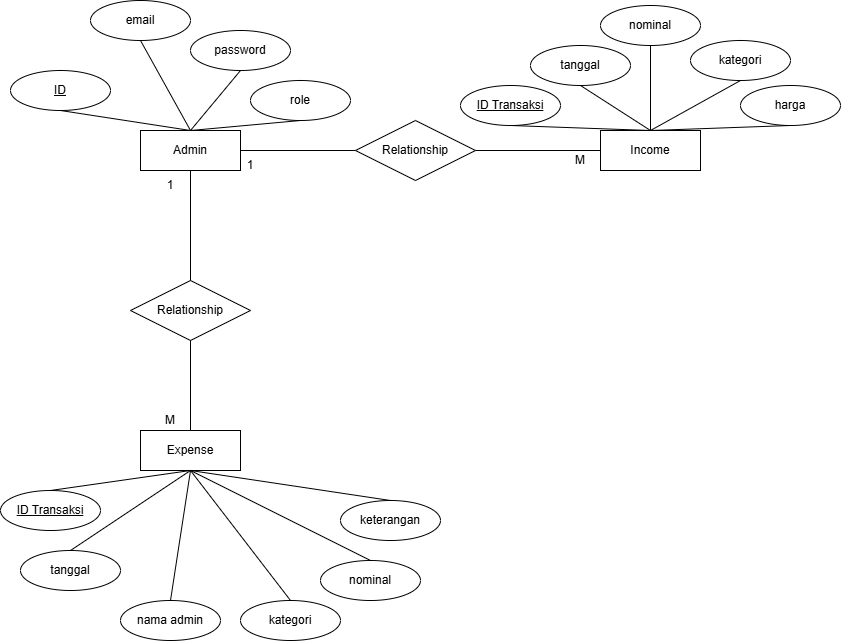
The draw.io diagram ERD TigaPilihan.drawio.png in Joyce-Acia/PWL_Keuangan, before a commit. Source tidied: cells renumbered, new cells last; positions are measured from the earlier drawing's top-left corner, leaving out a move shared by most shapes. Its diagram source:
```xml
<mxGraphModel>
  <root>
    <mxCell id="0" />
    <mxCell id="1" parent="0" />
    <mxCell id="2" value="Admin" style="whiteSpace=wrap;html=1;align=center;" parent="1" vertex="1">
      <mxGeometry x="140" y="130" width="100" height="40" as="geometry" />
    </mxCell>
    <mxCell id="3" value="Income" style="whiteSpace=wrap;html=1;align=center;" parent="1" vertex="1">
      <mxGeometry x="600" y="130" width="100" height="40" as="geometry" />
    </mxCell>
    <mxCell id="4" value="ID" style="ellipse;whiteSpace=wrap;html=1;align=center;fontStyle=4;" parent="1" vertex="1">
      <mxGeometry x="10" y="70" width="100" height="40" as="geometry" />
    </mxCell>
    <mxCell id="5" value="password" style="ellipse;whiteSpace=wrap;html=1;align=center;" parent="1" vertex="1">
      <mxGeometry x="190" y="30" width="100" height="40" as="geometry" />
    </mxCell>
    <mxCell id="6" value="email" style="ellipse;whiteSpace=wrap;html=1;align=center;" parent="1" vertex="1">
      <mxGeometry x="90" width="100" height="40" as="geometry" />
    </mxCell>
    <mxCell id="7" style="endArrow=none;html=1;rounded=0;fontSize=12;startSize=8;endSize=8;curved=1;exitX=0.5;exitY=1;exitDx=0;exitDy=0;entryX=0.5;entryY=0;entryDx=0;entryDy=0;" parent="1" edge="1" source="4" target="2">
      <mxGeometry relative="1" as="geometry" />
    </mxCell>
    <mxCell id="8" style="endArrow=none;html=1;rounded=0;fontSize=12;startSize=8;endSize=8;curved=1;exitX=0.5;exitY=1;exitDx=0;exitDy=0;entryX=0.5;entryY=0;entryDx=0;entryDy=0;" parent="1" edge="1" source="6" target="2">
      <mxGeometry relative="1" as="geometry" />
    </mxCell>
    <mxCell id="9" style="endArrow=none;html=1;rounded=0;fontSize=12;startSize=8;endSize=8;curved=1;exitX=0.5;exitY=1;exitDx=0;exitDy=0;" parent="1" edge="1" source="5">
      <mxGeometry relative="1" as="geometry">
        <mxPoint x="190" y="130" as="targetPoint" />
      </mxGeometry>
    </mxCell>
    <mxCell id="10" value="role" style="ellipse;whiteSpace=wrap;html=1;align=center;" parent="1" vertex="1">
      <mxGeometry x="250" y="80" width="100" height="40" as="geometry" />
    </mxCell>
    <mxCell id="11" style="endArrow=none;html=1;rounded=0;fontSize=12;startSize=8;endSize=8;curved=1;exitX=0.5;exitY=1;exitDx=0;exitDy=0;" parent="1" edge="1" source="10">
      <mxGeometry relative="1" as="geometry">
        <mxPoint x="190" y="130" as="targetPoint" />
      </mxGeometry>
    </mxCell>
    <mxCell id="12" value="ID Transaksi" style="ellipse;whiteSpace=wrap;html=1;align=center;fontStyle=4;" parent="1" vertex="1">
      <mxGeometry x="460" y="85" width="100" height="40" as="geometry" />
    </mxCell>
    <mxCell id="13" value="tanggal" style="ellipse;whiteSpace=wrap;html=1;align=center;" parent="1" vertex="1">
      <mxGeometry x="530" y="45" width="100" height="40" as="geometry" />
    </mxCell>
    <mxCell id="14" value="nominal" style="ellipse;whiteSpace=wrap;html=1;align=center;" parent="1" vertex="1">
      <mxGeometry x="600" y="5" width="100" height="40" as="geometry" />
    </mxCell>
    <mxCell id="15" value="kategori" style="ellipse;whiteSpace=wrap;html=1;align=center;" parent="1" vertex="1">
      <mxGeometry x="690" y="40" width="100" height="40" as="geometry" />
    </mxCell>
    <mxCell id="16" value="harga" style="ellipse;whiteSpace=wrap;html=1;align=center;" parent="1" vertex="1">
      <mxGeometry x="740" y="85" width="100" height="40" as="geometry" />
    </mxCell>
    <mxCell id="17" style="endArrow=none;html=1;rounded=0;fontSize=12;startSize=8;endSize=8;curved=1;exitX=0.5;exitY=1;exitDx=0;exitDy=0;entryX=0.5;entryY=0;entryDx=0;entryDy=0;" parent="1" edge="1" source="12" target="3">
      <mxGeometry relative="1" as="geometry" />
    </mxCell>
    <mxCell id="18" style="endArrow=none;html=1;rounded=0;fontSize=12;startSize=8;endSize=8;curved=1;exitX=0.5;exitY=1;exitDx=0;exitDy=0;entryX=0.5;entryY=0;entryDx=0;entryDy=0;" parent="1" edge="1" source="13" target="3">
      <mxGeometry relative="1" as="geometry" />
    </mxCell>
    <mxCell id="19" style="endArrow=none;html=1;rounded=0;fontSize=12;startSize=8;endSize=8;curved=1;exitX=0.5;exitY=1;exitDx=0;exitDy=0;entryX=0.5;entryY=0;entryDx=0;entryDy=0;" parent="1" edge="1" source="14" target="3">
      <mxGeometry relative="1" as="geometry" />
    </mxCell>
    <mxCell id="20" style="endArrow=none;html=1;rounded=0;fontSize=12;startSize=8;endSize=8;curved=1;exitX=0.5;exitY=1;exitDx=0;exitDy=0;entryX=0.5;entryY=0;entryDx=0;entryDy=0;" parent="1" edge="1" source="15" target="3">
      <mxGeometry relative="1" as="geometry" />
    </mxCell>
    <mxCell id="21" style="endArrow=none;html=1;rounded=0;fontSize=12;startSize=8;endSize=8;curved=1;exitX=0.5;exitY=1;exitDx=0;exitDy=0;entryX=0.5;entryY=0;entryDx=0;entryDy=0;" parent="1" edge="1" source="16" target="3">
      <mxGeometry relative="1" as="geometry" />
    </mxCell>
    <mxCell id="22" value="Expense" style="whiteSpace=wrap;html=1;align=center;" parent="1" vertex="1">
      <mxGeometry x="140" y="430" width="100" height="40" as="geometry" />
    </mxCell>
    <mxCell id="23" value="ID Transaksi" style="ellipse;whiteSpace=wrap;html=1;align=center;fontStyle=4;" parent="1" vertex="1">
      <mxGeometry y="490" width="100" height="40" as="geometry" />
    </mxCell>
    <mxCell id="24" value="tanggal" style="ellipse;whiteSpace=wrap;html=1;align=center;" parent="1" vertex="1">
      <mxGeometry x="20" y="550" width="100" height="40" as="geometry" />
    </mxCell>
    <mxCell id="25" value="nominal" style="ellipse;whiteSpace=wrap;html=1;align=center;" parent="1" vertex="1">
      <mxGeometry x="320" y="560" width="100" height="40" as="geometry" />
    </mxCell>
    <mxCell id="26" value="kategori" style="ellipse;whiteSpace=wrap;html=1;align=center;" parent="1" vertex="1">
      <mxGeometry x="240" y="600" width="100" height="40" as="geometry" />
    </mxCell>
    <mxCell id="27" value="keterangan" style="ellipse;whiteSpace=wrap;html=1;align=center;" parent="1" vertex="1">
      <mxGeometry x="340" y="500" width="100" height="40" as="geometry" />
    </mxCell>
    <mxCell id="28" style="endArrow=none;html=1;rounded=0;fontSize=12;startSize=8;endSize=8;curved=1;exitX=0.5;exitY=0;exitDx=0;exitDy=0;entryX=0.5;entryY=1;entryDx=0;entryDy=0;" parent="1" edge="1" source="23" target="22">
      <mxGeometry relative="1" as="geometry" />
    </mxCell>
    <mxCell id="29" style="endArrow=none;html=1;rounded=0;fontSize=12;startSize=8;endSize=8;curved=1;exitX=0.5;exitY=0;exitDx=0;exitDy=0;entryX=0.5;entryY=1;entryDx=0;entryDy=0;" parent="1" edge="1" source="24" target="22">
      <mxGeometry relative="1" as="geometry" />
    </mxCell>
    <mxCell id="30" style="endArrow=none;html=1;rounded=0;fontSize=12;startSize=8;endSize=8;curved=1;exitX=0.5;exitY=0;exitDx=0;exitDy=0;entryX=0.5;entryY=1;entryDx=0;entryDy=0;" parent="1" edge="1" source="25" target="22">
      <mxGeometry relative="1" as="geometry" />
    </mxCell>
    <mxCell id="31" style="endArrow=none;html=1;rounded=0;fontSize=12;startSize=8;endSize=8;curved=1;exitX=0.5;exitY=0;exitDx=0;exitDy=0;entryX=0.5;entryY=1;entryDx=0;entryDy=0;" parent="1" edge="1" source="26" target="22">
      <mxGeometry relative="1" as="geometry" />
    </mxCell>
    <mxCell id="32" style="endArrow=none;html=1;rounded=0;fontSize=12;startSize=8;endSize=8;curved=1;exitX=0.5;exitY=0;exitDx=0;exitDy=0;entryX=0.5;entryY=1;entryDx=0;entryDy=0;" parent="1" edge="1" source="27" target="22">
      <mxGeometry relative="1" as="geometry" />
    </mxCell>
    <mxCell id="33" value="nama admin" style="ellipse;whiteSpace=wrap;html=1;align=center;" parent="1" vertex="1">
      <mxGeometry x="120" y="600" width="100" height="40" as="geometry" />
    </mxCell>
    <mxCell id="34" style="endArrow=none;html=1;rounded=0;fontSize=12;startSize=8;endSize=8;curved=1;exitX=0.5;exitY=0;exitDx=0;exitDy=0;entryX=0.5;entryY=1;entryDx=0;entryDy=0;" parent="1" edge="1" source="33" target="22">
      <mxGeometry relative="1" as="geometry" />
    </mxCell>
    <mxCell id="35" value="Relationship" style="shape=rhombus;perimeter=rhombusPerimeter;whiteSpace=wrap;html=1;align=center;" parent="1" vertex="1">
      <mxGeometry x="130" y="280" width="120" height="60" as="geometry" />
    </mxCell>
    <mxCell id="36" value="Relationship" style="shape=rhombus;perimeter=rhombusPerimeter;whiteSpace=wrap;html=1;align=center;" parent="1" vertex="1">
      <mxGeometry x="355" y="120" width="120" height="60" as="geometry" />
    </mxCell>
    <mxCell id="37" style="endArrow=none;html=1;rounded=0;exitX=1;exitY=0.5;exitDx=0;exitDy=0;entryX=0;entryY=0.5;entryDx=0;entryDy=0;" parent="1" edge="1" source="2" target="36">
      <mxGeometry relative="1" as="geometry" />
    </mxCell>
    <mxCell id="38" style="endArrow=none;html=1;rounded=0;exitX=1;exitY=0.5;exitDx=0;exitDy=0;entryX=0;entryY=0.5;entryDx=0;entryDy=0;" parent="1" edge="1" source="36" target="3">
      <mxGeometry relative="1" as="geometry" />
    </mxCell>
    <mxCell id="39" style="endArrow=none;html=1;rounded=0;exitX=0.5;exitY=0;exitDx=0;exitDy=0;entryX=0.5;entryY=1;entryDx=0;entryDy=0;" parent="1" edge="1" source="35" target="2">
      <mxGeometry relative="1" as="geometry" />
    </mxCell>
    <mxCell id="40" style="endArrow=none;html=1;rounded=0;exitX=0.5;exitY=1;exitDx=0;exitDy=0;entryX=0.5;entryY=0;entryDx=0;entryDy=0;" parent="1" edge="1" source="35" target="22">
      <mxGeometry relative="1" as="geometry" />
    </mxCell>
    <mxCell id="41" value="1" style="text;html=1;whiteSpace=wrap;strokeColor=none;fillColor=none;align=center;verticalAlign=middle;rounded=0;" parent="1" vertex="1">
      <mxGeometry x="220" y="150" width="60" height="30" as="geometry" />
    </mxCell>
    <mxCell id="42" value="1" style="text;html=1;whiteSpace=wrap;strokeColor=none;fillColor=none;align=center;verticalAlign=middle;rounded=0;" parent="1" vertex="1">
      <mxGeometry x="140" y="170" width="60" height="30" as="geometry" />
    </mxCell>
    <mxCell id="43" value="M" style="text;html=1;whiteSpace=wrap;strokeColor=none;fillColor=none;align=center;verticalAlign=middle;rounded=0;" parent="1" vertex="1">
      <mxGeometry x="150" y="410" width="40" height="20" as="geometry" />
    </mxCell>
    <mxCell id="44" value="M" style="text;html=1;whiteSpace=wrap;strokeColor=none;fillColor=none;align=center;verticalAlign=middle;rounded=0;" parent="1" vertex="1">
      <mxGeometry x="560" y="150" width="40" height="20" as="geometry" />
    </mxCell>
  </root>
</mxGraphModel>
```
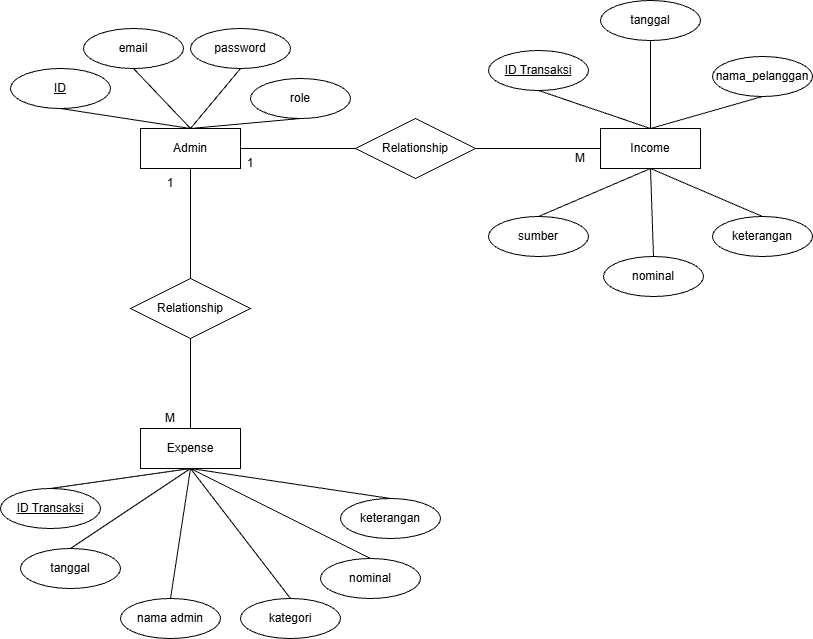
The same diagram one commit later.

Change to the diagram source:
```diff
@@ -15,7 +15,7 @@
       <mxGeometry x="190" y="30" width="100" height="40" as="geometry" />
     </mxCell>
     <mxCell id="6" value="email" style="ellipse;whiteSpace=wrap;html=1;align=center;" parent="1" vertex="1">
-      <mxGeometry x="90" width="100" height="40" as="geometry" />
+      <mxGeometry x="83" y="30" width="100" height="40" as="geometry" />
     </mxCell>
     <mxCell id="7" style="endArrow=none;html=1;rounded=0;fontSize=12;startSize=8;endSize=8;curved=1;exitX=0.5;exitY=1;exitDx=0;exitDy=0;entryX=0.5;entryY=0;entryDx=0;entryDy=0;" parent="1" edge="1" source="4" target="2">
       <mxGeometry relative="1" as="geometry" />
@@ -37,19 +37,19 @@
       </mxGeometry>
     </mxCell>
     <mxCell id="12" value="ID Transaksi" style="ellipse;whiteSpace=wrap;html=1;align=center;fontStyle=4;" parent="1" vertex="1">
-      <mxGeometry x="460" y="85" width="100" height="40" as="geometry" />
+      <mxGeometry x="488" y="52" width="100" height="40" as="geometry" />
     </mxCell>
     <mxCell id="13" value="tanggal" style="ellipse;whiteSpace=wrap;html=1;align=center;" parent="1" vertex="1">
-      <mxGeometry x="530" y="45" width="100" height="40" as="geometry" />
+      <mxGeometry x="600" y="2" width="100" height="40" as="geometry" />
     </mxCell>
-    <mxCell id="14" value="nominal" style="ellipse;whiteSpace=wrap;html=1;align=center;" parent="1" vertex="1">
-      <mxGeometry x="600" y="5" width="100" height="40" as="geometry" />
+    <mxCell id="14" value="nama_pelanggan" style="ellipse;whiteSpace=wrap;html=1;align=center;" parent="1" vertex="1">
+      <mxGeometry x="712" y="58" width="100" height="40" as="geometry" />
     </mxCell>
-    <mxCell id="15" value="kategori" style="ellipse;whiteSpace=wrap;html=1;align=center;" parent="1" vertex="1">
-      <mxGeometry x="690" y="40" width="100" height="40" as="geometry" />
+    <mxCell id="15" value="sumber" style="ellipse;whiteSpace=wrap;html=1;align=center;" parent="1" vertex="1">
+      <mxGeometry x="488" y="218" width="100" height="40" as="geometry" />
     </mxCell>
-    <mxCell id="16" value="harga" style="ellipse;whiteSpace=wrap;html=1;align=center;" parent="1" vertex="1">
-      <mxGeometry x="740" y="85" width="100" height="40" as="geometry" />
+    <mxCell id="16" value="nominal" style="ellipse;whiteSpace=wrap;html=1;align=center;" parent="1" vertex="1">
+      <mxGeometry x="603" y="258" width="100" height="40" as="geometry" />
     </mxCell>
     <mxCell id="17" style="endArrow=none;html=1;rounded=0;fontSize=12;startSize=8;endSize=8;curved=1;exitX=0.5;exitY=1;exitDx=0;exitDy=0;entryX=0.5;entryY=0;entryDx=0;entryDy=0;" parent="1" edge="1" source="12" target="3">
       <mxGeometry relative="1" as="geometry" />
@@ -60,10 +60,10 @@
     <mxCell id="19" style="endArrow=none;html=1;rounded=0;fontSize=12;startSize=8;endSize=8;curved=1;exitX=0.5;exitY=1;exitDx=0;exitDy=0;entryX=0.5;entryY=0;entryDx=0;entryDy=0;" parent="1" edge="1" source="14" target="3">
       <mxGeometry relative="1" as="geometry" />
     </mxCell>
-    <mxCell id="20" style="endArrow=none;html=1;rounded=0;fontSize=12;startSize=8;endSize=8;curved=1;exitX=0.5;exitY=1;exitDx=0;exitDy=0;entryX=0.5;entryY=0;entryDx=0;entryDy=0;" parent="1" edge="1" source="15" target="3">
+    <mxCell id="20" style="endArrow=none;html=1;rounded=0;fontSize=12;startSize=8;endSize=8;curved=1;exitX=0.5;exitY=0;exitDx=0;exitDy=0;entryX=0.5;entryY=1;entryDx=0;entryDy=0;" parent="1" edge="1" source="15" target="3">
       <mxGeometry relative="1" as="geometry" />
     </mxCell>
-    <mxCell id="21" style="endArrow=none;html=1;rounded=0;fontSize=12;startSize=8;endSize=8;curved=1;exitX=0.5;exitY=1;exitDx=0;exitDy=0;entryX=0.5;entryY=0;entryDx=0;entryDy=0;" parent="1" edge="1" source="16" target="3">
+    <mxCell id="21" style="endArrow=none;html=1;rounded=0;fontSize=12;startSize=8;endSize=8;curved=1;exitX=0.5;exitY=0;exitDx=0;exitDy=0;entryX=0.5;entryY=1;entryDx=0;entryDy=0;" parent="1" edge="1" source="16" target="3">
       <mxGeometry relative="1" as="geometry" />
     </mxCell>
     <mxCell id="22" value="Expense" style="whiteSpace=wrap;html=1;align=center;" parent="1" vertex="1">
@@ -135,5 +135,11 @@
     <mxCell id="44" value="M" style="text;html=1;whiteSpace=wrap;strokeColor=none;fillColor=none;align=center;verticalAlign=middle;rounded=0;" parent="1" vertex="1">
       <mxGeometry x="560" y="150" width="40" height="20" as="geometry" />
     </mxCell>
+    <mxCell id="45" value="keterangan" style="ellipse;whiteSpace=wrap;html=1;align=center;" parent="1" vertex="1">
+      <mxGeometry x="712" y="218" width="100" height="40" as="geometry" />
+    </mxCell>
+    <mxCell id="46" style="endArrow=none;html=1;rounded=0;fontSize=12;startSize=8;endSize=8;curved=1;entryX=0.5;entryY=0;entryDx=0;entryDy=0;exitX=0.5;exitY=1;exitDx=0;exitDy=0;" parent="1" edge="1" source="3" target="45">
+      <mxGeometry relative="1" as="geometry" />
+    </mxCell>
   </root>
 </mxGraphModel>
```
